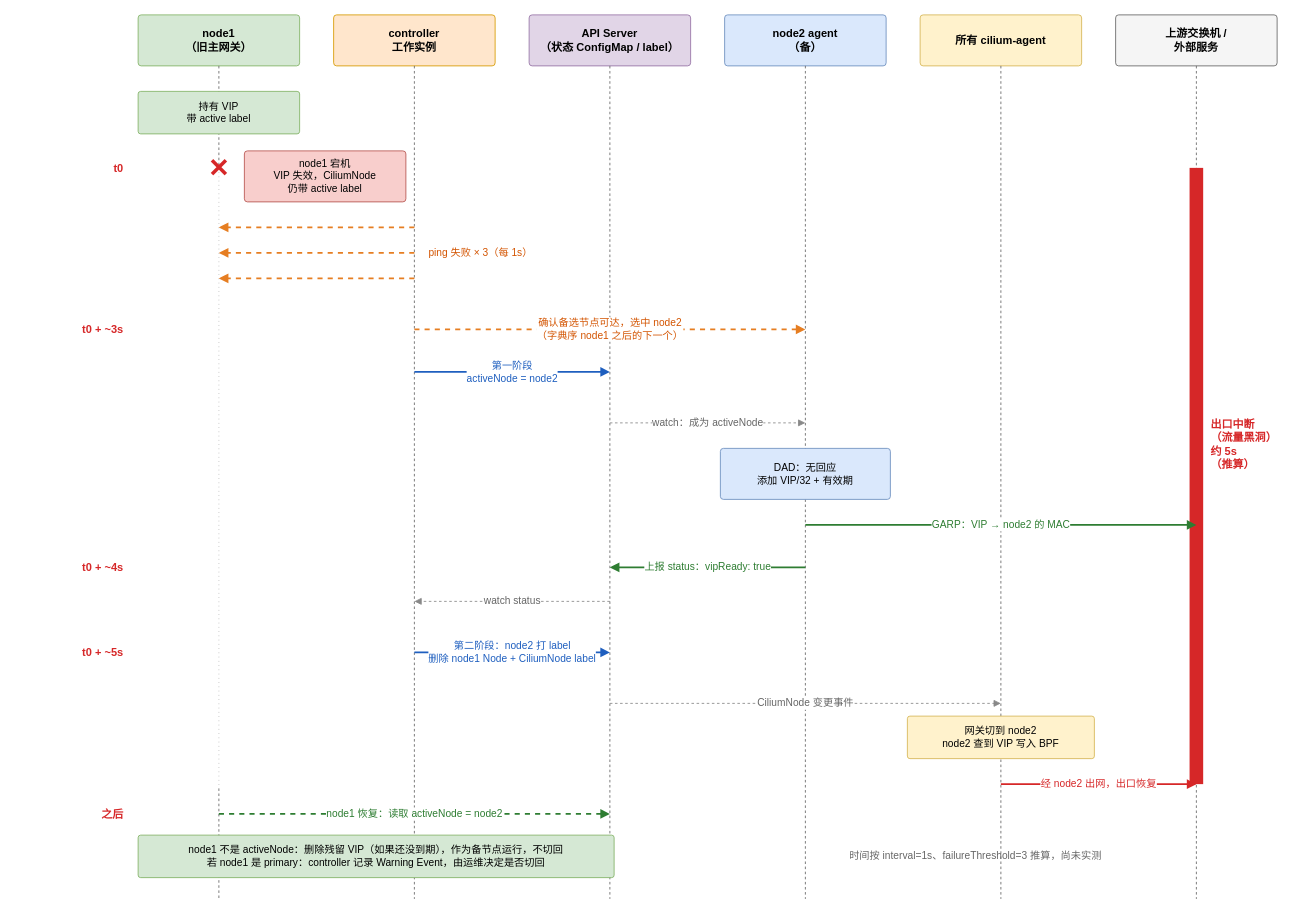
The draw.io diagram docs/images/failover-sequence.drawio in spidernet-io/cilium-egressgateway-ha, before the edit. Source tidied: cells renumbered, new cells numbered last; positions are measured from the earlier drawing's top-left corner, leaving out a move shared by most shapes. Both pictures are drawn from the tidied source at 85%, with x=0, y=0 at pixel (14, 14).
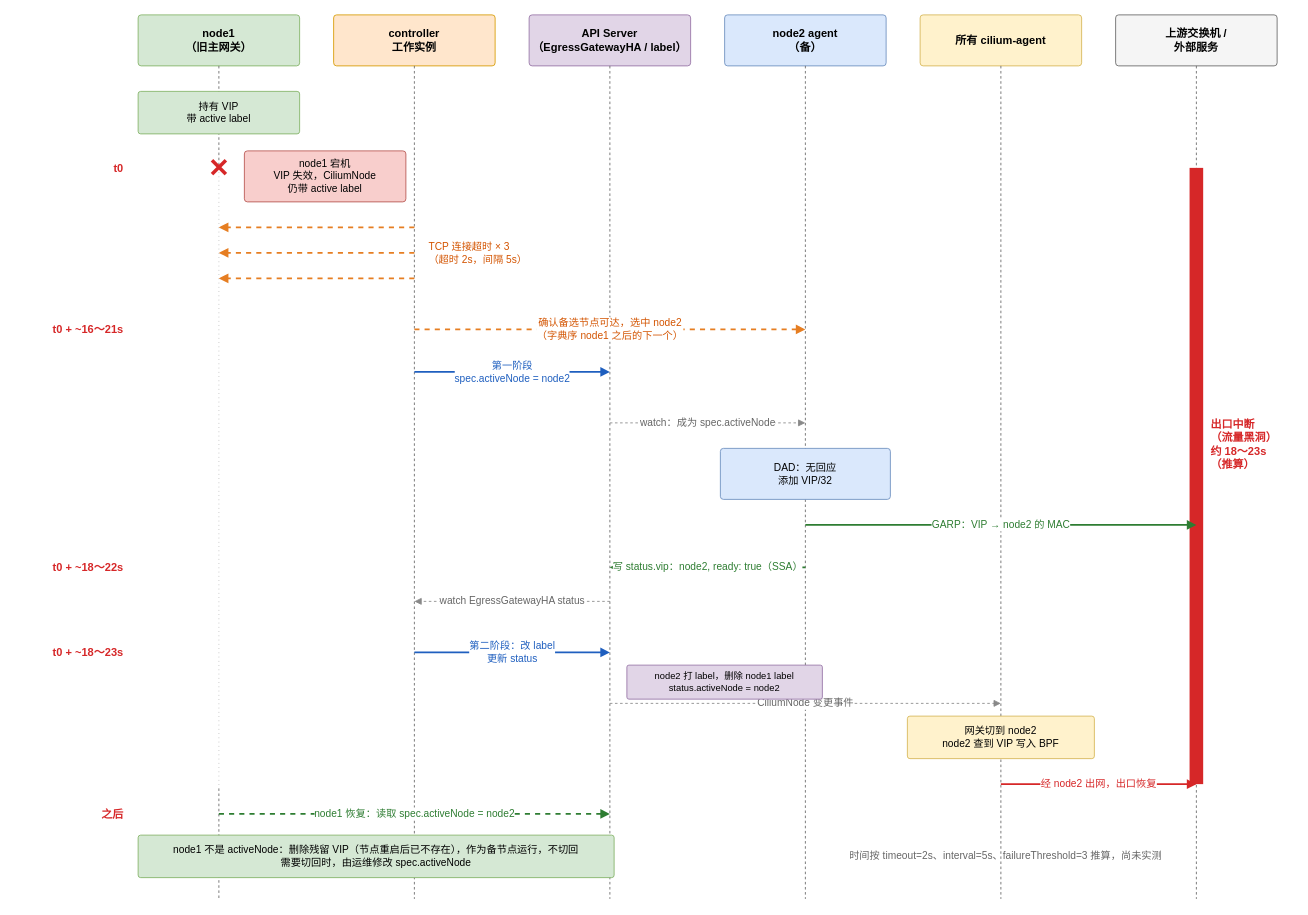
Above is the later version.

Commit message (it also covers changes not shown here):
docs: move HA state into EgressGatewayHA CRD and refine failover

What changed in the source:
```diff
@@
-    <mxCell id="8" value="API Server&lt;br&gt;（状态 ConfigMap / label）" style="rounded=1;whiteSpace=wrap;html=1;arcSize=6;fontSize=13;fillColor=#e1d5e7;strokeColor=#9673a6;fontStyle=1;" parent="1" vertex="1">
+    <mxCell id="8" value="API Server&lt;br&gt;（EgressGatewayHA / label）" style="rounded=1;whiteSpace=wrap;html=1;arcSize=6;fontSize=13;fillColor=#e1d5e7;strokeColor=#9673a6;fontStyle=1;" parent="1" vertex="1">
       <mxGeometry x="605" width="190" height="60" as="geometry" />
     </mxCell>
@@
-    <mxCell id="21" value="出口中断&lt;br&gt;（流量黑洞）&lt;br&gt;约 5s&lt;br&gt;（推算）" style="rounded=1;whiteSpace=wrap;html=1;arcSize=6;fontSize=13;rounded=0;strokeColor=none;fillColor=none;fontColor=#d62728;fontStyle=1;align=left;" parent="1" vertex="1">
+    <mxCell id="21" value="出口中断&lt;br&gt;（流量黑洞）&lt;br&gt;约 18～23s&lt;br&gt;（推算）" style="rounded=1;whiteSpace=wrap;html=1;arcSize=6;fontSize=13;rounded=0;strokeColor=none;fillColor=none;fontColor=#d62728;fontStyle=1;align=left;" parent="1" vertex="1">
       <mxGeometry x="1405" y="460" width="100" height="90" as="geometry" />
     </mxCell>
@@
-    <mxCell id="25" value="ping 失败 × 3（每 1s）" style="rounded=1;whiteSpace=wrap;html=1;arcSize=6;fontSize=13;rounded=0;strokeColor=none;fillColor=none;fontColor=#d35400;fontSize=12;align=left;" parent="1" vertex="1">
-      <mxGeometry x="485" y="265" width="200" height="30" as="geometry" />
+    <mxCell id="25" value="TCP 连接超时 × 3&lt;br&gt;（超时 2s，间隔 5s）" style="rounded=1;whiteSpace=wrap;html=1;arcSize=6;fontSize=13;rounded=0;strokeColor=none;fillColor=none;fontColor=#d35400;fontSize=12;align=left;" parent="1" vertex="1">
+      <mxGeometry x="485" y="260" width="200" height="40" as="geometry" />
     </mxCell>
-    <mxCell id="26" value="t0 + ~3s" style="rounded=1;whiteSpace=wrap;html=1;arcSize=6;fontSize=13;rounded=0;strokeColor=none;fillColor=none;align=right;fontStyle=1;fontColor=#d62728;" parent="1" vertex="1">
+    <mxCell id="26" value="t0 + ~16～21s" style="rounded=1;whiteSpace=wrap;html=1;arcSize=6;fontSize=13;rounded=0;strokeColor=none;fillColor=none;align=right;fontStyle=1;fontColor=#d62728;" parent="1" vertex="1">
       <mxGeometry y="355" width="130" height="30" as="geometry" />
     </mxCell>
@@
-    <mxCell id="28" value="第一阶段&lt;br&gt;activeNode = node2" style="html=1;endArrow=block;endFill=1;fontSize=12;labelBackgroundColor=#ffffff;strokeColor=#1f5fbf;strokeWidth=2;fontColor=#1f5fbf;" parent="1" edge="1">
+    <mxCell id="28" value="第一阶段&lt;br&gt;spec.activeNode = node2" style="html=1;endArrow=block;endFill=1;fontSize=12;labelBackgroundColor=#ffffff;strokeColor=#1f5fbf;strokeWidth=2;fontColor=#1f5fbf;" parent="1" edge="1">
       <mxGeometry relative="1" as="geometry">
         <mxPoint x="470" y="420" as="sourcePoint" />
         <mxPoint x="700" y="420" as="targetPoint" />
       </mxGeometry>
     </mxCell>
-    <mxCell id="29" value="watch：成为 activeNode" style="html=1;endArrow=block;endFill=1;fontSize=12;labelBackgroundColor=#ffffff;strokeColor=#888888;dashed=1;fontColor=#666666;" parent="1" edge="1">
+    <mxCell id="29" value="watch：成为 spec.activeNode" style="html=1;endArrow=block;endFill=1;fontSize=12;labelBackgroundColor=#ffffff;strokeColor=#888888;dashed=1;fontColor=#666666;" parent="1" edge="1">
       <mxGeometry relative="1" as="geometry">
         <mxPoint x="700" y="480" as="sourcePoint" />
         <mxPoint x="930" y="480" as="targetPoint" />
       </mxGeometry>
     </mxCell>
-    <mxCell id="30" value="DAD：无回应&lt;br&gt;添加 VIP/32 + 有效期" style="rounded=1;whiteSpace=wrap;html=1;arcSize=6;fontSize=13;fillColor=#dae8fc;strokeColor=#6c8ebf;fontSize=12;" parent="1" vertex="1">
+    <mxCell id="30" value="DAD：无回应&lt;br&gt;添加 VIP/32" style="rounded=1;whiteSpace=wrap;html=1;arcSize=6;fontSize=13;fillColor=#dae8fc;strokeColor=#6c8ebf;fontSize=12;" parent="1" vertex="1">
       <mxGeometry x="830" y="510" width="200" height="60" as="geometry" />
     </mxCell>
@@
-    <mxCell id="32" value="t0 + ~4s" style="rounded=1;whiteSpace=wrap;html=1;arcSize=6;fontSize=13;rounded=0;strokeColor=none;fillColor=none;align=right;fontStyle=1;fontColor=#d62728;" parent="1" vertex="1">
+    <mxCell id="32" value="t0 + ~18～22s" style="rounded=1;whiteSpace=wrap;html=1;arcSize=6;fontSize=13;rounded=0;strokeColor=none;fillColor=none;align=right;fontStyle=1;fontColor=#d62728;" parent="1" vertex="1">
       <mxGeometry y="635" width="130" height="30" as="geometry" />
     </mxCell>
-    <mxCell id="33" value="上报 status：vipReady: true" style="html=1;endArrow=block;endFill=1;fontSize=12;labelBackgroundColor=#ffffff;strokeColor=#2e7d32;strokeWidth=2;fontColor=#2e7d32;" parent="1" edge="1">
+    <mxCell id="33" value="写 status.vip：node2, ready: true（SSA）" style="html=1;endArrow=block;endFill=1;fontSize=12;labelBackgroundColor=#ffffff;strokeColor=#2e7d32;strokeWidth=2;fontColor=#2e7d32;" parent="1" edge="1">
       <mxGeometry relative="1" as="geometry">
         <mxPoint x="930" y="650" as="sourcePoint" />
         <mxPoint x="700" y="650" as="targetPoint" />
       </mxGeometry>
     </mxCell>
-    <mxCell id="34" value="watch status" style="html=1;endArrow=block;endFill=1;fontSize=12;labelBackgroundColor=#ffffff;strokeColor=#888888;dashed=1;fontColor=#666666;" parent="1" edge="1">
+    <mxCell id="34" value="watch EgressGatewayHA status" style="html=1;endArrow=block;endFill=1;fontSize=12;labelBackgroundColor=#ffffff;strokeColor=#888888;dashed=1;fontColor=#666666;" parent="1" edge="1">
       <mxGeometry relative="1" as="geometry">
         <mxPoint x="700" y="690" as="sourcePoint" />
         <mxPoint x="470" y="690" as="targetPoint" />
       </mxGeometry>
     </mxCell>
-    <mxCell id="35" value="t0 + ~5s" style="rounded=1;whiteSpace=wrap;html=1;arcSize=6;fontSize=13;rounded=0;strokeColor=none;fillColor=none;align=right;fontStyle=1;fontColor=#d62728;" parent="1" vertex="1">
+    <mxCell id="35" value="t0 + ~18～23s" style="rounded=1;whiteSpace=wrap;html=1;arcSize=6;fontSize=13;rounded=0;strokeColor=none;fillColor=none;align=right;fontStyle=1;fontColor=#d62728;" parent="1" vertex="1">
       <mxGeometry y="735" width="130" height="30" as="geometry" />
     </mxCell>
-    <mxCell id="36" value="第二阶段：node2 打 label&lt;br&gt;删除 node1 Node + CiliumNode label" style="html=1;endArrow=block;endFill=1;fontSize=12;labelBackgroundColor=#ffffff;strokeColor=#1f5fbf;strokeWidth=2;fontColor=#1f5fbf;" parent="1" edge="1">
+    <mxCell id="36" value="第二阶段：改 label&lt;br&gt;更新 status" style="html=1;endArrow=block;endFill=1;fontSize=12;labelBackgroundColor=#ffffff;strokeColor=#1f5fbf;strokeWidth=2;fontColor=#1f5fbf;" parent="1" edge="1">
       <mxGeometry relative="1" as="geometry">
         <mxPoint x="470" y="750" as="sourcePoint" />
         <mxPoint x="700" y="750" as="targetPoint" />
       </mxGeometry>
     </mxCell>
@@
-    <mxCell id="38" value="网关切到 node2&lt;br&gt;node2 查到 VIP 写入 BPF" style="rounded=1;whiteSpace=wrap;html=1;arcSize=6;fontSize=13;fillColor=#fff2cc;strokeColor=#d6b656;fontSize=12;" parent="1" vertex="1">
-      <mxGeometry x="1050" y="825" width="220" height="50" as="geometry" />
+    <mxCell id="38" value="node2 打 label，删除 node1 label&lt;br&gt;status.activeNode = node2" style="rounded=1;whiteSpace=wrap;html=1;arcSize=6;fontSize=13;fillColor=#e1d5e7;strokeColor=#9673a6;fontSize=11;" parent="1" vertex="1">
+      <mxGeometry x="720" y="765" width="230" height="40" as="geometry" />
     </mxCell>
-    <mxCell id="39" value="经 node2 出网，出口恢复" style="html=1;endArrow=block;endFill=1;fontSize=12;labelBackgroundColor=#ffffff;strokeColor=#d62728;strokeWidth=2;fontColor=#d62728;" parent="1" edge="1">
-      <mxGeometry relative="1" as="geometry">
-        <mxPoint x="1160" y="905" as="sourcePoint" />
-        <mxPoint x="1390" y="905" as="targetPoint" />
-      </mxGeometry>
+    <mxCell id="39" value="网关切到 node2&lt;br&gt;node2 查到 VIP 写入 BPF" style="rounded=1;whiteSpace=wrap;html=1;arcSize=6;fontSize=13;fillColor=#fff2cc;strokeColor=#d6b656;fontSize=12;" parent="1" vertex="1">
+      <mxGeometry x="1050" y="825" width="220" height="50" as="geometry" />
     </mxCell>
-    <mxCell id="40" value="之后" style="rounded=1;whiteSpace=wrap;html=1;arcSize=6;fontSize=13;rounded=0;strokeColor=none;fillColor=none;align=right;fontStyle=1;fontColor=#d62728;" parent="1" vertex="1">
-      <mxGeometry y="925" width="130" height="30" as="geometry" />
+    <mxCell id="40" value="经 node2 出网，出口恢复" style="html=1;endArrow=block;endFill=1;fontSize=12;labelBackgroundColor=#ffffff;strokeColor=#d62728;strokeWidth=2;fontColor=#d62728;" parent="1" edge="1">
+      <mxGeometry relative="1" as="geometry">
+        <mxPoint x="1160" y="905" as="sourcePoint" />
+        <mxPoint x="1390" y="905" as="targetPoint" />
+      </mxGeometry>
     </mxCell>
-    <mxCell id="41" value="node1 恢复：读取 activeNode = node2" style="html=1;endArrow=block;endFill=1;fontSize=12;labelBackgroundColor=#ffffff;strokeColor=#2e7d32;strokeWidth=2;fontColor=#2e7d32;dashed=1;" parent="1" edge="1">
-      <mxGeometry relative="1" as="geometry">
-        <mxPoint x="240" y="940" as="sourcePoint" />
-        <mxPoint x="700" y="940" as="targetPoint" />
-      </mxGeometry>
+    <mxCell id="41" value="之后" style="rounded=1;whiteSpace=wrap;html=1;arcSize=6;fontSize=13;rounded=0;strokeColor=none;fillColor=none;align=right;fontStyle=1;fontColor=#d62728;" parent="1" vertex="1">
+      <mxGeometry y="925" width="130" height="30" as="geometry" />
     </mxCell>
-    <mxCell id="42" value="node1 不是 activeNode：删除残留 VIP（如果还没到期），作为备节点运行，不切回&lt;br&gt;若 node1 是 primary：controller 记录 Warning Event，由运维决定是否切回" style="rounded=1;whiteSpace=wrap;html=1;arcSize=6;fontSize=13;fillColor=#d5e8d4;strokeColor=#82b366;fontSize=12;" parent="1" vertex="1">
-      <mxGeometry x="145" y="965" width="560" height="50" as="geometry" />
+    <mxCell id="42" value="node1 恢复：读取 spec.activeNode = node2" style="html=1;endArrow=block;endFill=1;fontSize=12;labelBackgroundColor=#ffffff;strokeColor=#2e7d32;strokeWidth=2;fontColor=#2e7d32;dashed=1;" parent="1" edge="1">
+      <mxGeometry relative="1" as="geometry">
+        <mxPoint x="240" y="940" as="sourcePoint" />
+        <mxPoint x="700" y="940" as="targetPoint" />
+      </mxGeometry>
     </mxCell>
-    <mxCell id="43" value="时间按 interval=1s、failureThreshold=3 推算，尚未实测" style="rounded=1;whiteSpace=wrap;html=1;arcSize=6;fontSize=13;rounded=0;strokeColor=none;fillColor=none;fontColor=#666666;fontSize=12;align=left;" parent="1" vertex="1">
-      <mxGeometry x="980" y="965" width="420" height="50" as="geometry" />
+    <mxCell id="43" value="node1 不是 activeNode：删除残留 VIP（节点重启后已不存在），作为备节点运行，不切回&lt;br&gt;需要切回时，由运维修改 spec.activeNode" style="rounded=1;whiteSpace=wrap;html=1;arcSize=6;fontSize=13;fillColor=#d5e8d4;strokeColor=#82b366;fontSize=12;" parent="1" vertex="1">
+      <mxGeometry x="145" y="965" width="560" height="50" as="geometry" />
     </mxCell>
+    <mxCell id="44" value="时间按 timeout=2s、interval=5s、failureThreshold=3 推算，尚未实测" style="rounded=1;whiteSpace=wrap;html=1;arcSize=6;fontSize=13;rounded=0;strokeColor=none;fillColor=none;fontColor=#666666;fontSize=12;align=left;" parent="1" vertex="1">
+      <mxGeometry x="980" y="965" width="420" height="50" as="geometry" />
+    </mxCell>
```
